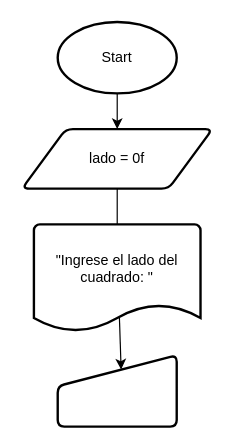
The draw.io diagram AreaDeUnCuadrado.drawio in AnthonyLozadaAlexander/DiagramaDeFlujos, before the edit. Source tidied: cells renumbered, new cells numbered last; positions are measured from the earlier drawing's top-left corner, leaving out a move shared by most shapes. Both pictures are drawn from the tidied source at 119%, with x=0, y=0 at pixel (21, 21).
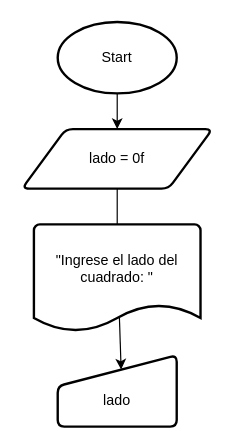
After the change.

Commit message (it also covers changes not shown here):
Actualizar diagramas de flujo para corregir tipos de variables y mejorar la claridad de los elementos.

The edit, as a diff of the source:
```diff
@@
 <mxGraphModel>
   <root>
     <mxCell id="0" />
     <mxCell id="1" parent="0" />
     <mxCell id="2" style="edgeStyle=none;html=1;entryX=0.5;entryY=0;entryDx=0;entryDy=0;" parent="1" edge="1" source="3" target="5">
       <mxGeometry relative="1" as="geometry" />
     </mxCell>
     <mxCell id="3" value="Start" style="strokeWidth=2;html=1;shape=mxgraph.flowchart.start_1;whiteSpace=wrap;" parent="1" vertex="1">
       <mxGeometry x="30" width="100" height="60" as="geometry" />
     </mxCell>
     <mxCell id="4" style="edgeStyle=none;html=1;" parent="1" edge="1" source="5">
       <mxGeometry relative="1" as="geometry">
         <mxPoint x="80" y="180" as="targetPoint" />
       </mxGeometry>
     </mxCell>
     <mxCell id="5" value="lado = 0f" style="shape=parallelogram;html=1;strokeWidth=2;perimeter=parallelogramPerimeter;whiteSpace=wrap;rounded=1;arcSize=12;size=0.23;" parent="1" vertex="1">
       <mxGeometry y="90" width="160" height="50" as="geometry" />
     </mxCell>
     <mxCell id="6" value="&quot;Ingrese el lado del cuadrado: &quot;&lt;div&gt;&lt;br&gt;&lt;/div&gt;" style="strokeWidth=2;html=1;shape=mxgraph.flowchart.document2;whiteSpace=wrap;size=0.25;" parent="1" vertex="1">
       <mxGeometry x="10" y="170" width="140" height="90" as="geometry" />
     </mxCell>
-    <mxCell id="7" style="html=1;strokeWidth=2;shape=manualInput;whiteSpace=wrap;rounded=1;size=26;arcSize=11;" parent="1" vertex="1">
+    <mxCell id="7" value="&lt;div&gt;&lt;br&gt;&lt;/div&gt;&lt;div&gt;lado&lt;/div&gt;" style="html=1;strokeWidth=2;shape=manualInput;whiteSpace=wrap;rounded=1;size=26;arcSize=11;" parent="1" vertex="1">
       <mxGeometry x="30" y="280" width="100" height="60" as="geometry" />
     </mxCell>
     <mxCell id="8" style="edgeStyle=none;jettySize=auto;html=1;exitX=0.513;exitY=0.862;exitDx=0;exitDy=0;exitPerimeter=0;entryX=0.533;entryY=0.2;entryDx=0;entryDy=0;entryPerimeter=0;" parent="1" edge="1" source="6" target="7">
       <mxGeometry relative="1" as="geometry" />
     </mxCell>
   </root>
 </mxGraphModel>
```
